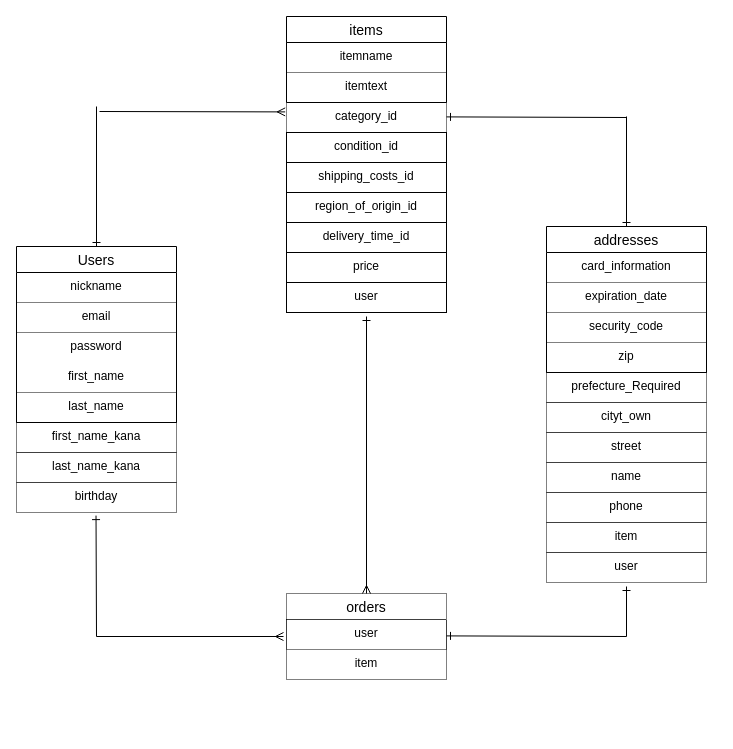
Above: er.dio in henataso/furima-41635 (draw.io), before the change. Source tidied: cells renumbered, new cells numbered last; positions are measured from the earlier drawing's top-left corner, leaving out a move shared by most shapes. Both pictures are drawn from the tidied source at 100%, with x=0, y=0 at pixel (16, 16).
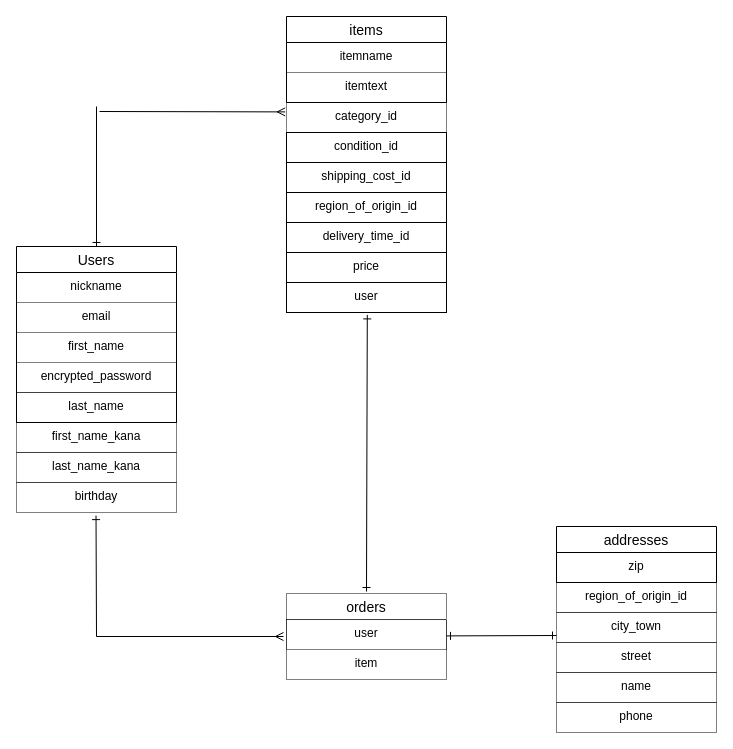
After the change.

Commit message (it also covers changes not shown here):
データベース設計修正４

Unchanged cells that the change refers to:
```xml
<mxCell id="13" value="Users" style="swimlane;fontStyle=0;horizontal=1;startSize=26;align=center;fontSize=14;" parent="1" vertex="1">
  <mxGeometry y="230" width="160" height="176" as="geometry" />
</mxCell>
<mxCell id="34" value="orders" style="swimlane;fontStyle=0;horizontal=1;startSize=26;align=center;fontSize=14;dashed=1;dashPattern=1 1;strokeColor=default;fillColor=none;" parent="1" vertex="1">
  <mxGeometry x="270" y="577" width="160" height="86" as="geometry" />
</mxCell>
```

Diff of the diagram source:
```diff
@@
     <mxCell id="5" value="addresses" style="swimlane;fontStyle=0;horizontal=1;startSize=26;align=center;fontSize=14;" parent="1" vertex="1">
-      <mxGeometry x="530" y="210" width="160" height="146" as="geometry" />
+      <mxGeometry x="540" y="510" width="160" height="56" as="geometry" />
     </mxCell>
-    <mxCell id="6" value="card_information" style="text;strokeColor=none;fillColor=none;spacingLeft=4;spacingRight=4;overflow=hidden;fontSize=12;align=center;" parent="5" vertex="1">
-      <mxGeometry y="26" width="160" height="30" as="geometry" />
-    </mxCell>
-    <mxCell id="7" value="expiration_date" style="text;strokeColor=default;fillColor=none;spacingLeft=4;spacingRight=4;overflow=hidden;fontSize=12;align=center;dashed=1;dashPattern=1 1;" parent="5" vertex="1">
-      <mxGeometry y="56" width="160" height="30" as="geometry" />
-    </mxCell>
-    <mxCell id="8" value="security_code" style="text;strokeColor=none;fillColor=none;spacingLeft=4;spacingRight=4;overflow=hidden;fontSize=12;align=center;" parent="5" vertex="1">
-      <mxGeometry y="86" width="160" height="30" as="geometry" />
-    </mxCell>
     <mxCell id="9" value="zip" style="text;strokeColor=default;fillColor=none;spacingLeft=4;spacingRight=4;overflow=hidden;fontSize=12;align=center;dashed=1;dashPattern=1 1;" parent="5" vertex="1">
-      <mxGeometry y="116" width="160" height="30" as="geometry" />
+      <mxGeometry y="26" width="160" height="30" as="geometry" />
     </mxCell>
@@
-    <mxCell id="12" style="endArrow=none;html=1;rounded=0;startArrow=ERone;startFill=0;" parent="1" edge="1">
+    <mxCell id="12" style="endArrow=ERone;html=1;rounded=0;startArrow=ERone;startFill=0;endFill=0;" parent="1" edge="1">
       <mxGeometry relative="1" as="geometry">
         <mxPoint x="430" y="619.4" as="sourcePoint" />
-        <mxPoint x="610" y="620" as="targetPoint" />
+        <mxPoint x="540" y="619" as="targetPoint" />
       </mxGeometry>
     </mxCell>
@@
+    <mxCell id="17" value="first_name" style="text;strokeColor=none;fillColor=none;spacingLeft=4;spacingRight=4;overflow=hidden;fontSize=12;align=center;" parent="13" vertex="1">
+      <mxGeometry y="86" width="160" height="30" as="geometry" />
+    </mxCell>
-    <mxCell id="16" value="password" style="text;strokeColor=none;fillColor=none;spacingLeft=4;spacingRight=4;overflow=hidden;fontSize=12;align=center;" parent="13" vertex="1">
-      <mxGeometry y="86" width="160" height="30" as="geometry" />
+    <mxCell id="16" value="encrypted_password" style="text;strokeColor=default;fillColor=none;spacingLeft=4;spacingRight=4;overflow=hidden;fontSize=12;align=center;dashed=1;dashPattern=1 1;" parent="13" vertex="1">
+      <mxGeometry y="116" width="160" height="30" as="geometry" />
     </mxCell>
-    <mxCell id="17" value="first_name" style="text;strokeColor=none;fillColor=none;spacingLeft=4;spacingRight=4;overflow=hidden;fontSize=12;align=center;dashed=1;dashPattern=1 1;" parent="13" vertex="1">
-      <mxGeometry y="116" width="160" height="30" as="geometry" />
-    </mxCell>
@@
-    <mxCell id="24" value="shipping_costs_id" style="text;strokeColor=default;fillColor=none;spacingLeft=4;spacingRight=4;overflow=hidden;fontSize=12;align=center;" parent="1" vertex="1">
+    <mxCell id="24" value=" shipping_cost_id" style="text;strokeColor=default;fillColor=none;spacingLeft=4;spacingRight=4;overflow=hidden;fontSize=12;align=center;" parent="1" vertex="1">
       <mxGeometry x="270" y="146" width="160" height="30" as="geometry" />
     </mxCell>
@@
-    <mxCell id="29" value="prefecture_Required" style="text;strokeColor=default;fillColor=none;spacingLeft=4;spacingRight=4;overflow=hidden;fontSize=12;align=center;dashed=1;dashPattern=1 1;" parent="1" vertex="1">
-      <mxGeometry x="530" y="356" width="160" height="30" as="geometry" />
+    <mxCell id="29" value="region_of_origin_id" style="text;strokeColor=default;fillColor=none;spacingLeft=4;spacingRight=4;overflow=hidden;fontSize=12;align=center;dashed=1;dashPattern=1 1;" parent="1" vertex="1">
+      <mxGeometry x="540" y="566" width="160" height="30" as="geometry" />
     </mxCell>
-    <mxCell id="30" value="cityt_own" style="text;strokeColor=default;fillColor=none;spacingLeft=4;spacingRight=4;overflow=hidden;fontSize=12;align=center;dashed=1;dashPattern=1 1;" parent="1" vertex="1">
-      <mxGeometry x="530" y="386" width="160" height="30" as="geometry" />
+    <mxCell id="30" value="city_town" style="text;strokeColor=default;fillColor=none;spacingLeft=4;spacingRight=4;overflow=hidden;fontSize=12;align=center;dashed=1;dashPattern=1 1;" parent="1" vertex="1">
+      <mxGeometry x="540" y="596" width="160" height="30" as="geometry" />
     </mxCell>
     <mxCell id="31" value="street" style="text;strokeColor=default;fillColor=none;spacingLeft=4;spacingRight=4;overflow=hidden;fontSize=12;align=center;dashed=1;dashPattern=1 1;" parent="1" vertex="1">
-      <mxGeometry x="530" y="416" width="160" height="30" as="geometry" />
+      <mxGeometry x="540" y="626" width="160" height="30" as="geometry" />
     </mxCell>
     <mxCell id="32" value="name&#10;" style="text;strokeColor=default;fillColor=none;spacingLeft=4;spacingRight=4;overflow=hidden;fontSize=12;align=center;dashed=1;dashPattern=1 1;" parent="1" vertex="1">
-      <mxGeometry x="530" y="446" width="160" height="30" as="geometry" />
+      <mxGeometry x="540" y="656" width="160" height="30" as="geometry" />
     </mxCell>
     <mxCell id="33" value="phone" style="text;strokeColor=default;fillColor=none;spacingLeft=4;spacingRight=4;overflow=hidden;fontSize=12;align=center;dashed=1;dashPattern=1 1;" parent="1" vertex="1">
-      <mxGeometry x="530" y="476" width="160" height="30" as="geometry" />
+      <mxGeometry x="540" y="686" width="160" height="30" as="geometry" />
     </mxCell>
@@
-    <mxCell id="39" value="item" style="text;strokeColor=default;fillColor=none;spacingLeft=4;spacingRight=4;overflow=hidden;fontSize=12;align=center;dashed=1;dashPattern=1 1;" parent="1" vertex="1">
-      <mxGeometry x="530" y="506" width="160" height="30" as="geometry" />
-    </mxCell>
-    <mxCell id="40" value="user" style="text;strokeColor=default;fillColor=none;spacingLeft=4;spacingRight=4;overflow=hidden;fontSize=12;align=center;dashed=1;dashPattern=1 1;" parent="1" vertex="1">
-      <mxGeometry x="530" y="536" width="160" height="30" as="geometry" />
-    </mxCell>
-    <mxCell id="41" style="endArrow=ERmany;html=1;rounded=0;endFill=0;entryX=0.5;entryY=0;entryDx=0;entryDy=0;startArrow=ERone;startFill=0;" parent="1" edge="1" target="34">
-      <mxGeometry relative="1" as="geometry">
-        <mxPoint x="350" y="300" as="sourcePoint" />
-      </mxGeometry>
-    </mxCell>
-    <mxCell id="42" style="endArrow=ERone;html=1;rounded=0;startArrow=none;startFill=0;endFill=0;" parent="1" edge="1">
-      <mxGeometry relative="1" as="geometry">
-        <mxPoint x="610" y="620" as="sourcePoint" />
-        <mxPoint x="610" y="570" as="targetPoint" />
-      </mxGeometry>
-    </mxCell>
-    <mxCell id="43" style="endArrow=none;html=1;rounded=0;startArrow=ERone;startFill=0;" parent="1" edge="1">
-      <mxGeometry relative="1" as="geometry">
-        <mxPoint x="430" y="100.4" as="sourcePoint" />
-        <mxPoint x="610" y="101" as="targetPoint" />
-      </mxGeometry>
-    </mxCell>
-    <mxCell id="44" style="endArrow=ERone;html=1;rounded=0;startArrow=none;startFill=0;endFill=0;entryX=0.5;entryY=0;entryDx=0;entryDy=0;" parent="1" edge="1" target="5">
-      <mxGeometry relative="1" as="geometry">
-        <mxPoint x="610" y="100" as="sourcePoint" />
-      </mxGeometry>
-    </mxCell>
+    <mxCell id="45" style="endArrow=ERone;html=1;rounded=0;exitX=0.505;exitY=1.146;exitDx=0;exitDy=0;exitPerimeter=0;startArrow=ERone;startFill=0;endFill=0;entryX=0.5;entryY=0;entryDx=0;entryDy=0;" parent="1" edge="1">
+      <mxGeometry relative="1" as="geometry">
+        <mxPoint x="350.8" y="298.4" as="sourcePoint" />
+        <mxPoint x="350" y="575" as="targetPoint" />
+      </mxGeometry>
+    </mxCell>
```
